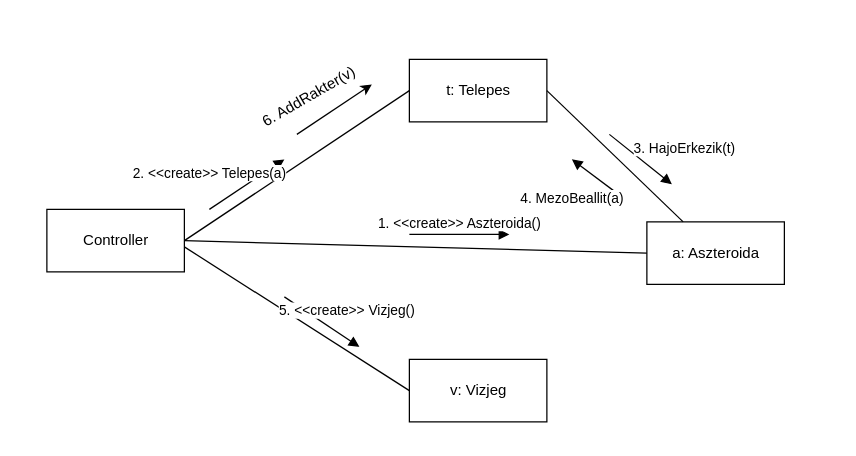
Before: doc/kommunikacio/kom_VizjegLerak.drawio in torpeBoiGo/aszteroidabanyaszat, a draw.io diagram. Source tidied: cells renumbered, new cells numbered last; positions are measured from the earlier drawing's top-left corner, leaving out a move shared by most shapes. Both pictures are drawn from the tidied source at 125%, with x=0, y=0 at pixel (46, 59).
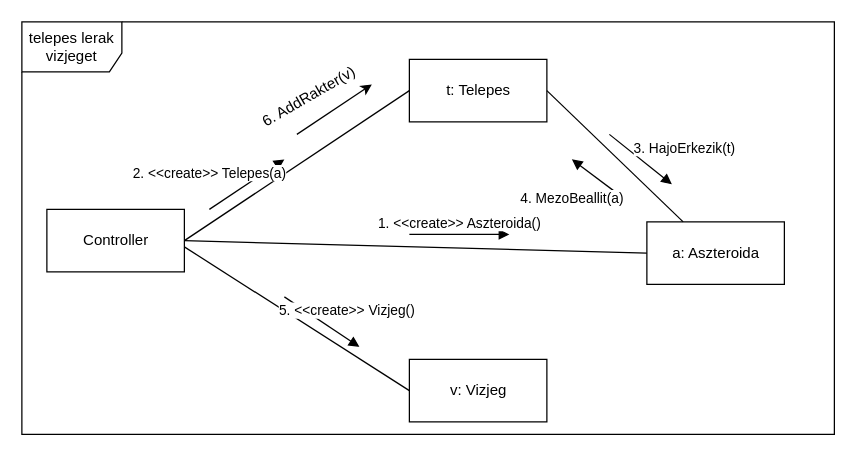
The same page after the edit.

Commit message:
Update kom_VizjegLerak.drawio: frame hozzaadas

The edit, as a diff of the source:
```diff
@@
+    <mxCell id="17" value="telepes lerak vizjeget" style="shape=umlFrame;whiteSpace=wrap;html=1;width=80;height=40;" parent="1" vertex="1">
+      <mxGeometry x="-20" y="-30" width="650" height="330" as="geometry" />
+    </mxCell>
```
